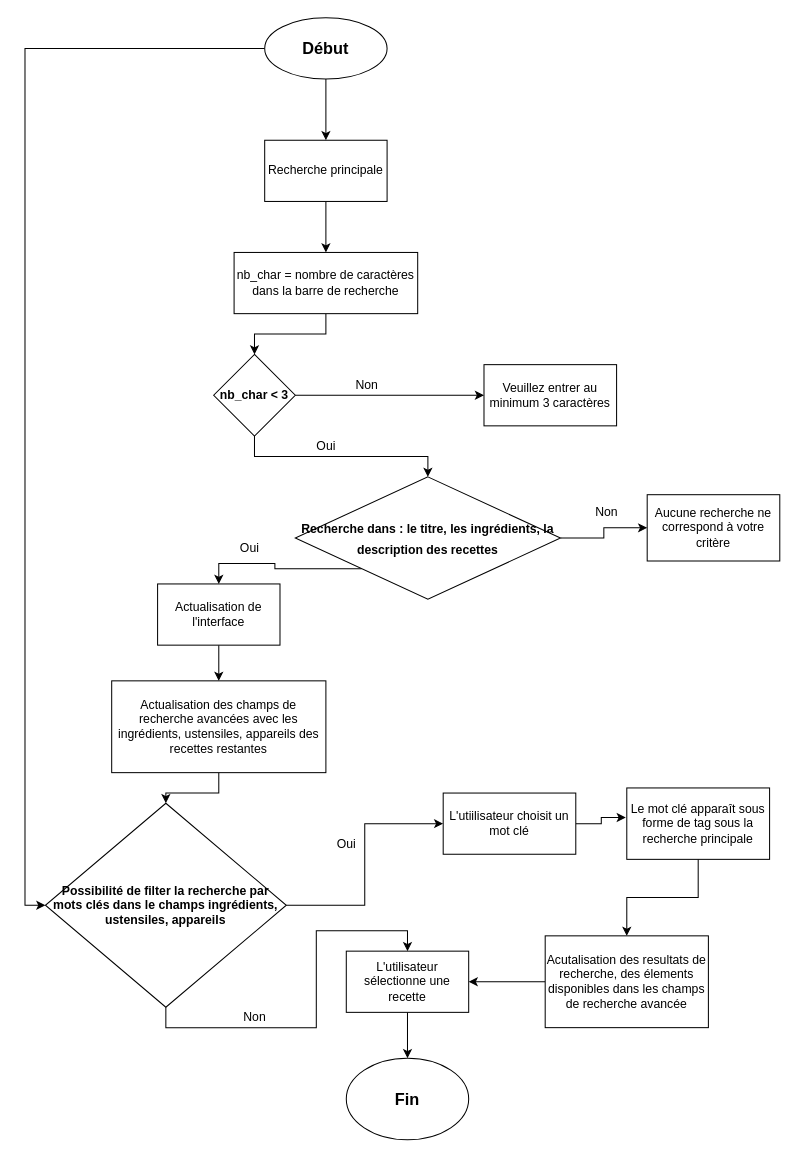
Earlier version of the draw.io diagram algorigramme-search-filter.drawio (tchicoulo/les-petits-plats). Source tidied: cells renumbered, new cells numbered last; positions are measured from the earlier drawing's top-left corner, leaving out a move shared by most shapes. Both pictures are drawn from the tidied source at 102%, with x=0, y=0 at pixel (45, 17).
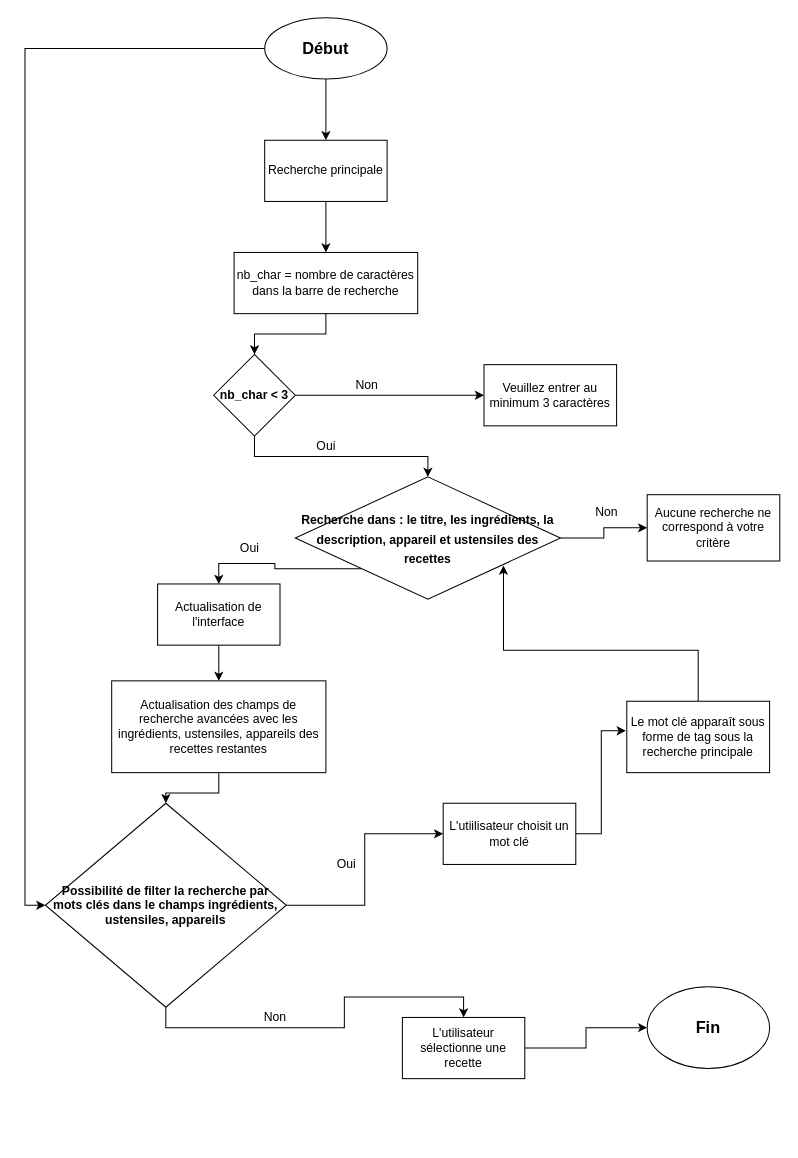
After the change.

The edit, as a diff of the source:
```diff
@@
     <mxCell id="22" value="L'utiilisateur choisit un mot clé" style="rounded=0;whiteSpace=wrap;html=1;" parent="1" vertex="1">
-      <mxGeometry x="390" y="760" width="130" height="60" as="geometry" />
+      <mxGeometry x="390" y="770" width="130" height="60" as="geometry" />
     </mxCell>
-    <mxCell id="23" style="edgeStyle=orthogonalEdgeStyle;rounded=0;jettySize=auto;html=1;exitX=0.5;exitY=1;exitDx=0;exitDy=0;entryX=0.5;entryY=0;entryDx=0;entryDy=0;strokeColor=#000000;fillColor=none;" parent="1" edge="1" source="24" target="32">
+    <mxCell id="23" style="edgeStyle=orthogonalEdgeStyle;rounded=0;jettySize=auto;html=1;exitX=1;exitY=0.5;exitDx=0;exitDy=0;entryX=0;entryY=0.5;entryDx=0;entryDy=0;" parent="1" edge="1" source="24" target="32">
       <mxGeometry relative="1" as="geometry" />
     </mxCell>
     <mxCell id="24" value="L'utilisateur sélectionne une recette" style="rounded=0;whiteSpace=wrap;html=1;" parent="1" vertex="1">
-      <mxGeometry x="295" y="915" width="120" height="60" as="geometry" />
+      <mxGeometry x="350" y="980" width="120" height="60" as="geometry" />
     </mxCell>
     <mxCell id="25" value="Oui" style="text;html=1;align=center;verticalAlign=middle;strokeColor=none;fillColor=none;" parent="1" vertex="1">
-      <mxGeometry x="280" y="800" width="30" height="20" as="geometry" />
+      <mxGeometry x="280" y="820" width="30" height="20" as="geometry" />
     </mxCell>
@@
-    <mxCell id="27" style="edgeStyle=orthogonalEdgeStyle;rounded=0;jettySize=auto;html=1;exitX=0.5;exitY=1;exitDx=0;exitDy=0;entryX=0.5;entryY=0;entryDx=0;entryDy=0;strokeColor=#000000;fillColor=none;" parent="1" edge="1" source="28" target="30">
-      <mxGeometry relative="1" as="geometry" />
-    </mxCell>
+    <mxCell id="39" style="edgeStyle=orthogonalEdgeStyle;rounded=0;jettySize=auto;html=1;exitX=0.5;exitY=0;exitDx=0;exitDy=0;entryX=0.785;entryY=0.725;entryDx=0;entryDy=0;entryPerimeter=0;" parent="1" edge="1" source="28" target="35">
+      <mxGeometry relative="1" as="geometry" />
+    </mxCell>
     <mxCell id="28" value="Le mot clé apparaît sous forme de tag sous la recherche principale" style="rounded=0;whiteSpace=wrap;html=1;" parent="1" vertex="1">
-      <mxGeometry x="570" y="755" width="140" height="70" as="geometry" />
+      <mxGeometry x="570" y="670" width="140" height="70" as="geometry" />
     </mxCell>
-    <mxCell id="29" style="edgeStyle=orthogonalEdgeStyle;rounded=0;jettySize=auto;html=1;exitX=0;exitY=0.5;exitDx=0;exitDy=0;entryX=1;entryY=0.5;entryDx=0;entryDy=0;strokeColor=#000000;fillColor=none;" parent="1" edge="1" source="30" target="24">
-      <mxGeometry relative="1" as="geometry" />
-    </mxCell>
-    <mxCell id="30" value="Acutalisation des resultats de recherche, des élements disponibles dans les champs de recherche avancée" style="rounded=0;whiteSpace=wrap;html=1;" parent="1" vertex="1">
-      <mxGeometry x="490" y="900" width="160" height="90" as="geometry" />
-    </mxCell>
     <mxCell id="31" value="Non" style="text;html=1;align=center;verticalAlign=middle;strokeColor=none;fillColor=none;" parent="1" vertex="1">
-      <mxGeometry x="185" y="970" width="40" height="20" as="geometry" />
+      <mxGeometry x="205" y="970" width="40" height="20" as="geometry" />
     </mxCell>
     <mxCell id="32" value="&lt;font style=&quot;font-size: 16px&quot;&gt;&lt;b&gt;Fin&lt;/b&gt;&lt;/font&gt;" style="ellipse;whiteSpace=wrap;html=1;" parent="1" vertex="1">
-      <mxGeometry x="295" y="1020" width="120" height="80" as="geometry" />
+      <mxGeometry x="590" y="950" width="120" height="80" as="geometry" />
     </mxCell>
@@
-    <mxCell id="35" value="&lt;b&gt;&lt;span style=&quot;font-size: 12px&quot;&gt;Recherche dans : le titre&lt;/span&gt;&lt;span style=&quot;font-size: 12px&quot;&gt;, les ingrédients, la description&amp;nbsp;&lt;/span&gt;&lt;/b&gt;&lt;b&gt;&lt;span style=&quot;font-size: 12px&quot;&gt;des recettes&lt;/span&gt;&lt;/b&gt;" style="rhombus;whiteSpace=wrap;html=1;fontSize=16;" parent="1" vertex="1">
+    <mxCell id="35" value="&lt;b&gt;&lt;span style=&quot;font-size: 12px&quot;&gt;Recherche dans : le titre&lt;/span&gt;&lt;span style=&quot;font-size: 12px&quot;&gt;, les ingrédients, la description, appareil et ustensiles&amp;nbsp;&lt;/span&gt;&lt;/b&gt;&lt;b&gt;&lt;span style=&quot;font-size: 12px&quot;&gt;des recettes&lt;/span&gt;&lt;/b&gt;" style="rhombus;whiteSpace=wrap;html=1;fontSize=16;" parent="1" vertex="1">
       <mxGeometry x="245" y="450" width="260" height="120" as="geometry" />
     </mxCell>
```
